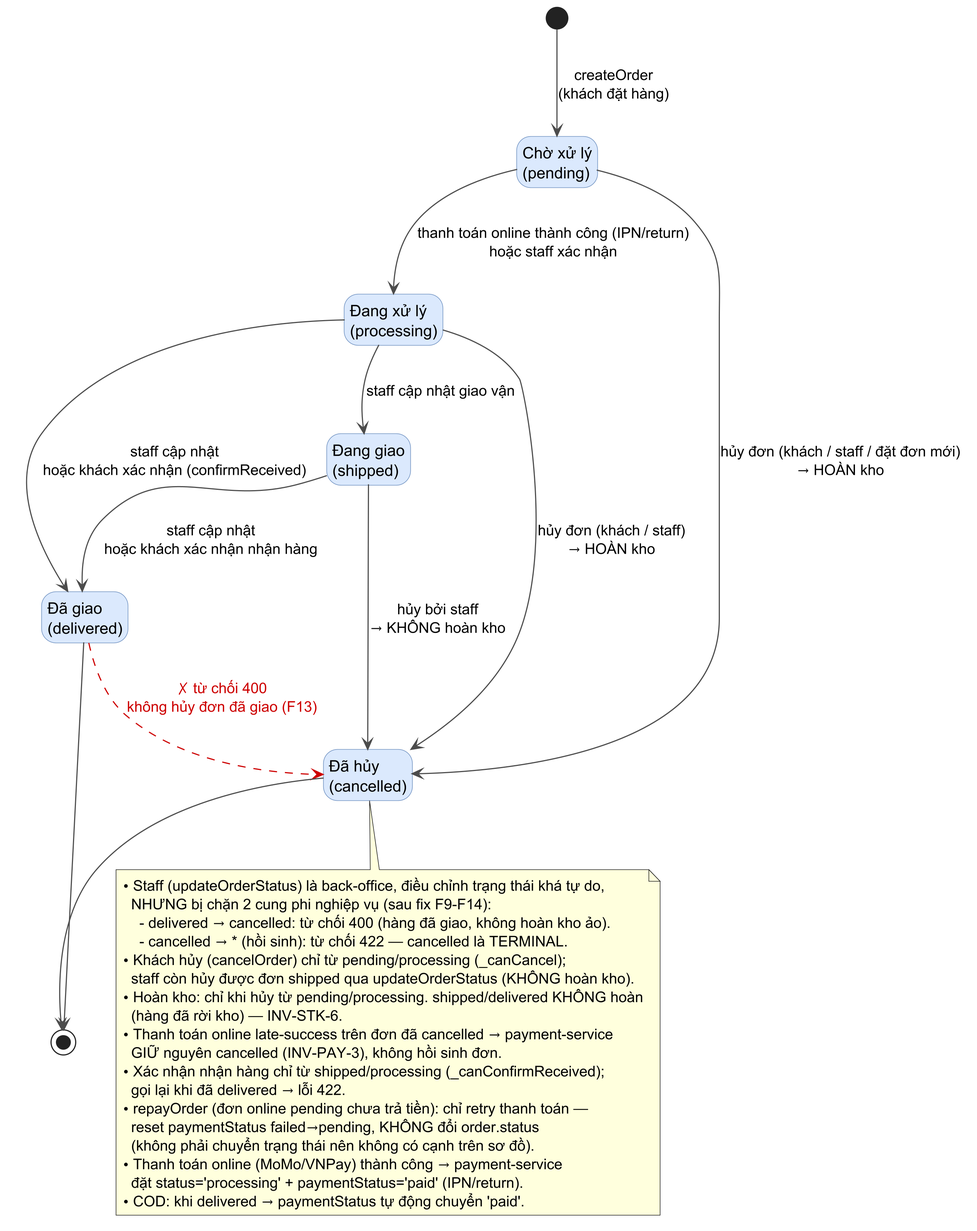
This is diagrams/state/state-01-order.png from MinhThang1009/E-commerce-website, a PlantUML export, as it was before one commit.
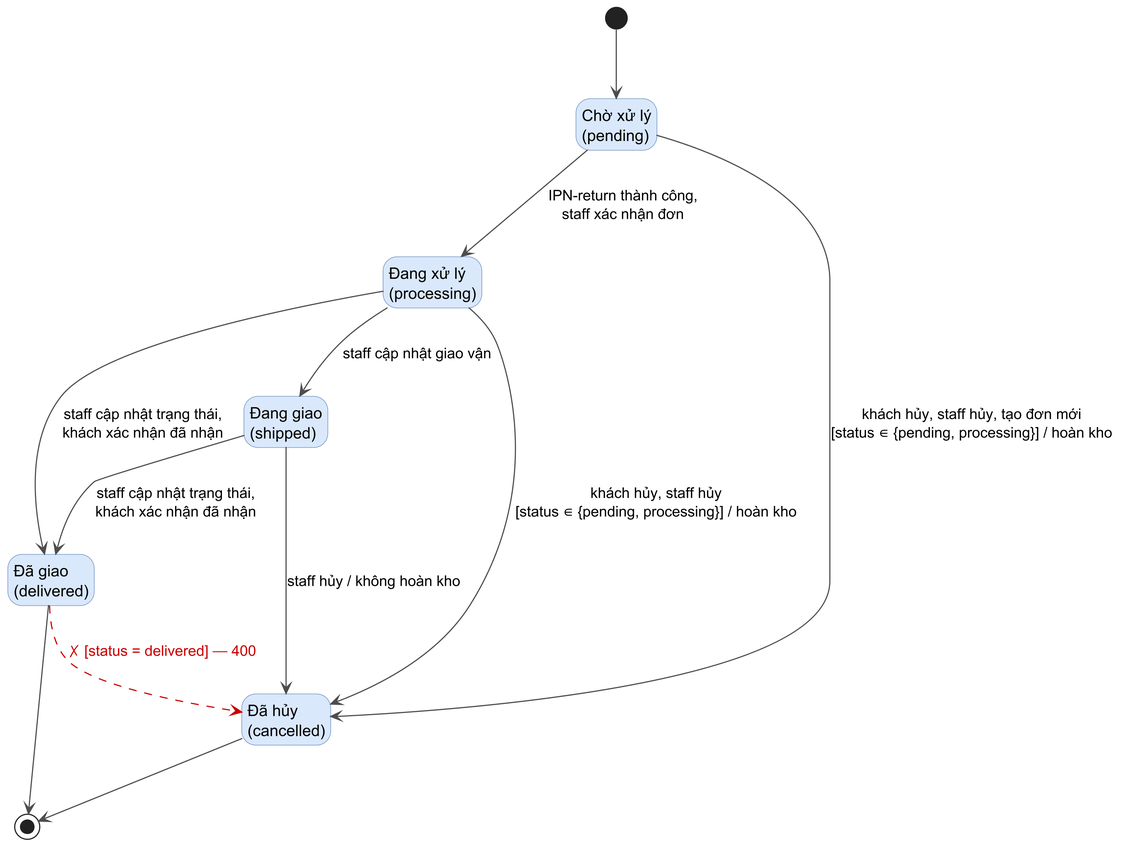
The same diagram one commit later.

Diff of the diagram source:
```diff
@@ -10,7 +10,7 @@
   ArrowColor #4D4D4D
 }
 
-[*] --> pending : createOrder\n(khách đặt hàng)
+[*] --> pending
 
 state "Chờ xử lý\n(pending)" as pending
 state "Đang xử lý\n(processing)" as processing
@@ -18,38 +18,20 @@
 state "Đã giao\n(delivered)" as delivered
 state "Đã hủy\n(cancelled)" as cancelled
 
-pending    --> processing : thanh toán online thành công (IPN/return)\nhoặc staff xác nhận
+pending    --> processing : IPN-return thành công,\nstaff xác nhận đơn
+
 processing --> shipped    : staff cập nhật giao vận
-shipped    --> delivered  : staff cập nhật\nhoặc khách xác nhận nhận hàng
-processing --> delivered  : staff cập nhật\nhoặc khách xác nhận (confirmReceived)
 
-pending    --> cancelled : hủy đơn (khách / staff / đặt đơn mới)\n→ HOÀN kho
-processing --> cancelled : hủy đơn (khách / staff)\n→ HOÀN kho
-shipped    --> cancelled : hủy bởi staff\n→ KHÔNG hoàn kho
+shipped    --> delivered  : staff cập nhật trạng thái,\nkhách xác nhận đã nhận
+processing --> delivered  : staff cập nhật trạng thái,\nkhách xác nhận đã nhận
 
-delivered -[#CC0000,dashed]-> cancelled : <color:#CC0000>✗ từ chối 400</color>\n<color:#CC0000>không hủy đơn đã giao (F13)</color>
+pending    --> cancelled  : khách hủy, staff hủy, tạo đơn mới\n[status ∈ {pending, processing}] / hoàn kho
+processing --> cancelled  : khách hủy, staff hủy\n[status ∈ {pending, processing}] / hoàn kho
+shipped    --> cancelled  : staff hủy / không hoàn kho
+
+delivered -[#CC0000,dashed]-> cancelled : <color:#CC0000>✗ [status = delivered] — 400</color>
 
 delivered --> [*]
 cancelled --> [*]
 
-note bottom
-  • Staff (updateOrderStatus) là back-office, điều chỉnh trạng thái khá tự do,
-    NHƯNG bị chặn 2 cung phi nghiệp vụ (sau fix F9-F14):
-      - delivered → cancelled: từ chối 400 (hàng đã giao, không hoàn kho ảo).
-      - cancelled → * (hồi sinh): từ chối 422 — cancelled là TERMINAL.
-  • Khách hủy (cancelOrder) chỉ từ pending/processing (_canCancel);
-    staff còn hủy được đơn shipped qua updateOrderStatus (KHÔNG hoàn kho).
-  • Hoàn kho: chỉ khi hủy từ pending/processing. shipped/delivered KHÔNG hoàn
-    (hàng đã rời kho) — INV-STK-6.
-  • Thanh toán online late-success trên đơn đã cancelled → payment-service
-    GIỮ nguyên cancelled (INV-PAY-3), không hồi sinh đơn.
-  • Xác nhận nhận hàng chỉ từ shipped/processing (_canConfirmReceived);
-    gọi lại khi đã delivered → lỗi 422.
-  • repayOrder (đơn online pending chưa trả tiền): chỉ retry thanh toán —
-    reset paymentStatus failed→pending, KHÔNG đổi order.status
-    (không phải chuyển trạng thái nên không có cạnh trên sơ đồ).
-  • Thanh toán online (MoMo/VNPay) thành công → payment-service
-    đặt status='processing' + paymentStatus='paid' (IPN/return).
-  • COD: khi delivered → paymentStatus tự động chuyển 'paid'.
-end note
 @enduml
```
